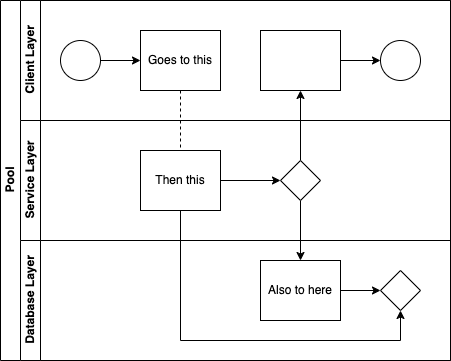
santo1827/passport-js keeps this draw.io diagram as swimlanes.png. Above is the earlier version. Source tidied: cells renumbered, new cells last; positions are measured from the earlier drawing's top-left corner, leaving out a move shared by most shapes.
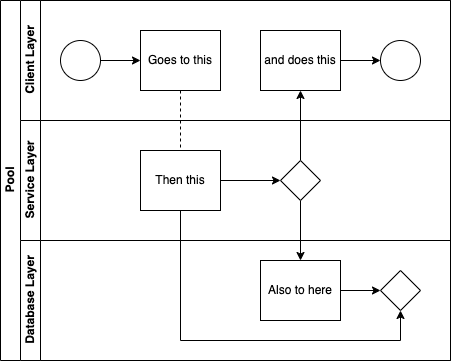
After the change.

Diff of the diagram source:
```diff
@@ -37,7 +37,7 @@
     <mxCell id="11" style="edgeStyle=orthogonalEdgeStyle;rounded=0;jettySize=auto;html=1;endArrow=classic;endFill=1;" parent="7" edge="1" source="12" target="13">
       <mxGeometry relative="1" as="geometry" />
     </mxCell>
-    <mxCell id="12" style="rounded=0;whiteSpace=wrap;html=1;fontFamily=Helvetica;fontSize=12;fontColor=#000000;align=center;" parent="7" vertex="1">
+    <mxCell id="12" value="and does this" style="rounded=0;whiteSpace=wrap;html=1;fontFamily=Helvetica;fontSize=12;fontColor=#000000;align=center;" parent="7" vertex="1">
       <mxGeometry x="240" y="30" width="80" height="60" as="geometry" />
     </mxCell>
     <mxCell id="13" style="ellipse;whiteSpace=wrap;html=1;" parent="7" vertex="1">
```
